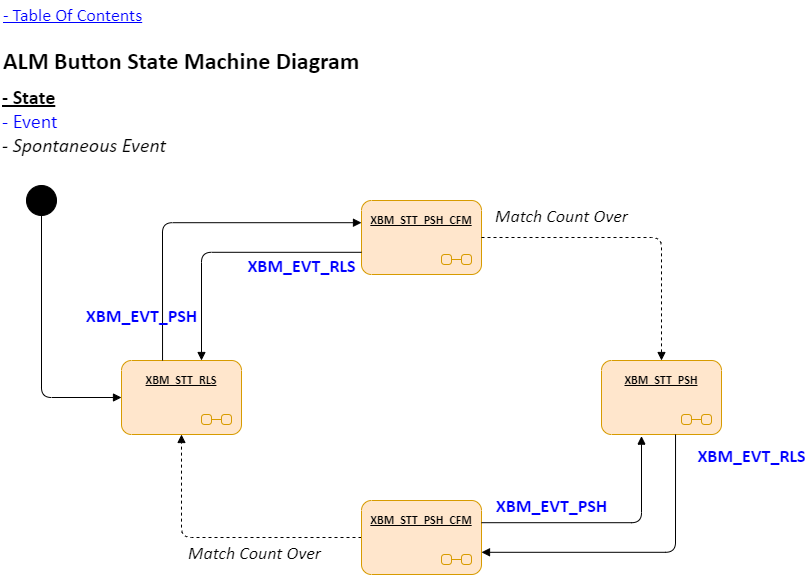
Above: Resources/Part2/Part2_ALM_StateMachineDiagram_XBM.drawio.png in gtuja/CSC_MS (draw.io), before the change. Source tidied: cells renumbered, new cells last; positions are measured from the earlier drawing's top-left corner, leaving out a move shared by most shapes. Source of this version:
```xml
<mxGraphModel>
  <root>
    <mxCell id="0" />
    <mxCell id="1" parent="0" />
    <mxCell id="2" value="&lt;span style=&quot;font-size: 18px;&quot;&gt;Match Count Over&lt;/span&gt;" style="html=1;verticalAlign=bottom;labelBackgroundColor=none;endArrow=block;endFill=1;dashed=1;exitX=0;exitY=0.5;exitDx=0;exitDy=0;edgeStyle=elbowEdgeStyle;fontStyle=2;fontFamily=Calibri;fontSize=20;entryX=0.5;entryY=1;entryDx=0;entryDy=0;" parent="1" edge="1" source="7" target="8">
      <mxGeometry x="-0.24" y="30" relative="1" as="geometry">
        <Array as="points">
          <mxPoint x="181" y="480" />
        </Array>
      </mxGeometry>
    </mxCell>
    <mxCell id="3" value="&lt;div style=&quot;font-size: 20px;&quot;&gt;&lt;b style=&quot;font-size: 20px;&quot;&gt;&lt;u style=&quot;font-size: 20px;&quot;&gt;- State&lt;/u&gt;&lt;/b&gt;&lt;/div&gt;&lt;font color=&quot;#0000ff&quot; style=&quot;font-size: 20px;&quot;&gt;- Event&lt;/font&gt;&lt;div style=&quot;font-size: 20px;&quot;&gt;&lt;i style=&quot;font-size: 20px;&quot;&gt;- Spontaneous Event&lt;/i&gt;&lt;/div&gt;" style="text;html=1;align=left;verticalAlign=middle;whiteSpace=wrap;rounded=0;fontFamily=Calibri;fontSize=20;" parent="1" vertex="1">
      <mxGeometry y="80" width="221" height="80" as="geometry" />
    </mxCell>
    <mxCell id="4" value="&lt;h1 style=&quot;margin-top: 0px;&quot;&gt;ALM Button State Machine Diagram&lt;/h1&gt;" style="text;html=1;whiteSpace=wrap;overflow=hidden;rounded=0;fontFamily=Calibri;" parent="1" vertex="1">
      <mxGeometry x="1" y="40" width="420" height="50" as="geometry" />
    </mxCell>
    <mxCell id="5" value="- Table Of Contents" style="text;html=1;align=left;verticalAlign=middle;whiteSpace=wrap;rounded=0;fontStyle=4;fontFamily=Calibri;fontSize=18;fontColor=#0000FF;" parent="1" vertex="1">
      <mxGeometry x="1" width="240" height="30" as="geometry" />
    </mxCell>
    <mxCell id="6" value="&lt;span style=&quot;font-size: 12px; text-align: left; text-wrap: nowrap;&quot;&gt;XBM_STT_PSH_CFM&lt;/span&gt;" style="shape=umlState;rounded=1;verticalAlign=top;spacingTop=5;umlStateSymbol=collapseState;absoluteArcSize=1;arcSize=10;html=1;whiteSpace=wrap;fontFamily=Calibri;fontSize=13;fontStyle=5;fillColor=#ffe6cc;strokeColor=#d79b00;" parent="1" vertex="1">
      <mxGeometry x="361" y="200" width="120" height="74" as="geometry" />
    </mxCell>
    <mxCell id="7" value="&lt;span style=&quot;font-size: 12px; text-align: left; text-wrap: nowrap;&quot;&gt;XBM_STT_PSH_CFM&lt;/span&gt;" style="shape=umlState;rounded=1;verticalAlign=top;spacingTop=5;umlStateSymbol=collapseState;absoluteArcSize=1;arcSize=10;html=1;whiteSpace=wrap;fontFamily=Calibri;fontSize=13;fontStyle=5;fillColor=#ffe6cc;strokeColor=#d79b00;" parent="1" vertex="1">
      <mxGeometry x="361" y="500" width="120" height="74" as="geometry" />
    </mxCell>
    <mxCell id="8" value="&lt;span style=&quot;font-size: 12px; text-align: left; text-wrap: nowrap;&quot;&gt;XBM_STT_RLS&lt;/span&gt;" style="shape=umlState;rounded=1;verticalAlign=top;spacingTop=5;umlStateSymbol=collapseState;absoluteArcSize=1;arcSize=10;html=1;whiteSpace=wrap;fontFamily=Calibri;fontSize=13;fontStyle=5;fillColor=#ffe6cc;strokeColor=#d79b00;" parent="1" vertex="1">
      <mxGeometry x="121" y="360" width="120" height="74" as="geometry" />
    </mxCell>
    <mxCell id="9" value="&lt;span style=&quot;font-size: 12px; text-align: left; text-wrap: nowrap;&quot;&gt;XBM_STT_PSH&lt;/span&gt;" style="shape=umlState;rounded=1;verticalAlign=top;spacingTop=5;umlStateSymbol=collapseState;absoluteArcSize=1;arcSize=10;html=1;whiteSpace=wrap;fontFamily=Calibri;fontSize=13;fontStyle=5;fillColor=#ffe6cc;strokeColor=#d79b00;" parent="1" vertex="1">
      <mxGeometry x="601" y="360" width="120" height="74" as="geometry" />
    </mxCell>
    <mxCell id="10" value="&lt;span style=&quot;text-align: left;&quot;&gt;&lt;font style=&quot;font-size: 18px;&quot;&gt;&lt;b&gt;XBM_EVT_RLS&lt;/b&gt;&lt;/font&gt;&lt;/span&gt;" style="html=1;verticalAlign=bottom;labelBackgroundColor=none;endArrow=block;endFill=1;exitX=0;exitY=0.7;exitDx=0;exitDy=0;entryX=0.667;entryY=0;entryDx=0;entryDy=0;edgeStyle=elbowEdgeStyle;fontColor=#0000FF;fontFamily=Calibri;fontSize=20;entryPerimeter=0;" parent="1" edge="1" source="6" target="8">
      <mxGeometry x="-0.55" y="28" relative="1" as="geometry">
        <Array as="points">
          <mxPoint x="201" y="310" />
        </Array>
      </mxGeometry>
    </mxCell>
    <mxCell id="11" value="&lt;span style=&quot;text-align: left;&quot;&gt;&lt;font style=&quot;font-size: 18px;&quot;&gt;&lt;b&gt;XBM_EVT_PSH&lt;/b&gt;&lt;/font&gt;&lt;/span&gt;" style="html=1;verticalAlign=bottom;labelBackgroundColor=none;endArrow=block;endFill=1;entryX=0;entryY=0.3;entryDx=0;entryDy=0;edgeStyle=elbowEdgeStyle;fontColor=#0000FF;fontFamily=Calibri;fontSize=20;exitX=0.342;exitY=0;exitDx=0;exitDy=0;exitPerimeter=0;" parent="1" edge="1" source="8" target="6">
      <mxGeometry x="-0.82" y="21" relative="1" as="geometry">
        <Array as="points">
          <mxPoint x="162" y="290" />
        </Array>
      </mxGeometry>
    </mxCell>
    <mxCell id="12" value="&lt;span style=&quot;font-size: 18px;&quot;&gt;Match Count Over&lt;/span&gt;" style="html=1;verticalAlign=bottom;labelBackgroundColor=none;endArrow=block;endFill=1;dashed=1;exitX=1;exitY=0.5;exitDx=0;exitDy=0;edgeStyle=elbowEdgeStyle;fontStyle=2;fontFamily=Calibri;fontSize=20;entryX=0.5;entryY=0;entryDx=0;entryDy=0;" parent="1" edge="1" source="6" target="9">
      <mxGeometry x="-0.47" y="7" relative="1" as="geometry">
        <Array as="points">
          <mxPoint x="661" y="300" />
        </Array>
      </mxGeometry>
    </mxCell>
    <mxCell id="13" value="&lt;span style=&quot;text-align: left;&quot;&gt;&lt;font style=&quot;font-size: 18px;&quot;&gt;&lt;b&gt;XBM_EVT_PSH&lt;/b&gt;&lt;/font&gt;&lt;/span&gt;" style="html=1;verticalAlign=bottom;labelBackgroundColor=none;endArrow=block;endFill=1;entryX=0.328;entryY=1.022;entryDx=0;entryDy=0;edgeStyle=elbowEdgeStyle;fontColor=#0000FF;fontFamily=Calibri;fontSize=20;exitX=1;exitY=0.3;exitDx=0;exitDy=0;entryPerimeter=0;" parent="1" edge="1" source="7" target="9">
      <mxGeometry x="-0.43" y="2" relative="1" as="geometry">
        <Array as="points">
          <mxPoint x="641" y="480" />
        </Array>
      </mxGeometry>
    </mxCell>
    <mxCell id="14" value="&lt;span style=&quot;text-align: left;&quot;&gt;&lt;font style=&quot;font-size: 18px;&quot;&gt;&lt;b&gt;XBM_EVT_RLS&lt;/b&gt;&lt;/font&gt;&lt;/span&gt;" style="html=1;verticalAlign=bottom;labelBackgroundColor=none;endArrow=block;endFill=1;exitX=0.617;exitY=1;exitDx=0;exitDy=0;entryX=1;entryY=0.7;entryDx=0;entryDy=0;edgeStyle=elbowEdgeStyle;fontColor=#0000FF;fontFamily=Calibri;fontSize=20;exitPerimeter=0;" parent="1" edge="1" source="9" target="7">
      <mxGeometry x="-0.77" y="76" relative="1" as="geometry">
        <Array as="points">
          <mxPoint x="675" y="500" />
        </Array>
      </mxGeometry>
    </mxCell>
    <mxCell id="15" style="ellipse;fillColor=strokeColor;html=1;" parent="1" vertex="1">
      <mxGeometry x="26" y="185" width="30" height="30" as="geometry" />
    </mxCell>
    <mxCell id="16" style="html=1;verticalAlign=bottom;labelBackgroundColor=none;endArrow=block;endFill=1;entryX=0;entryY=0.5;entryDx=0;entryDy=0;edgeStyle=elbowEdgeStyle;fontColor=#0000FF;fontFamily=Calibri;fontSize=20;exitX=0.5;exitY=1;exitDx=0;exitDy=0;" parent="1" edge="1" source="15" target="8">
      <mxGeometry x="-0.88" y="61" relative="1" as="geometry">
        <Array as="points">
          <mxPoint x="41" y="380" />
        </Array>
      </mxGeometry>
    </mxCell>
  </root>
</mxGraphModel>
```
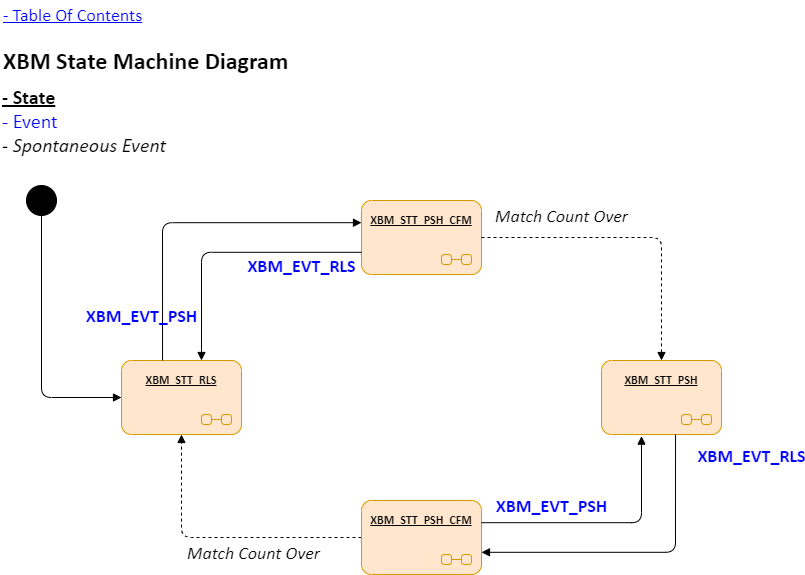
Later version of the same file.

Change to the diagram source:
```diff
@@ -12,7 +12,7 @@
     <mxCell id="3" value="&lt;div style=&quot;font-size: 20px;&quot;&gt;&lt;b style=&quot;font-size: 20px;&quot;&gt;&lt;u style=&quot;font-size: 20px;&quot;&gt;- State&lt;/u&gt;&lt;/b&gt;&lt;/div&gt;&lt;font color=&quot;#0000ff&quot; style=&quot;font-size: 20px;&quot;&gt;- Event&lt;/font&gt;&lt;div style=&quot;font-size: 20px;&quot;&gt;&lt;i style=&quot;font-size: 20px;&quot;&gt;- Spontaneous Event&lt;/i&gt;&lt;/div&gt;" style="text;html=1;align=left;verticalAlign=middle;whiteSpace=wrap;rounded=0;fontFamily=Calibri;fontSize=20;" parent="1" vertex="1">
       <mxGeometry y="80" width="221" height="80" as="geometry" />
     </mxCell>
-    <mxCell id="4" value="&lt;h1 style=&quot;margin-top: 0px;&quot;&gt;ALM Button State Machine Diagram&lt;/h1&gt;" style="text;html=1;whiteSpace=wrap;overflow=hidden;rounded=0;fontFamily=Calibri;" parent="1" vertex="1">
+    <mxCell id="4" value="&lt;h1 style=&quot;margin-top: 0px;&quot;&gt;XBM State Machine Diagram&lt;/h1&gt;" style="text;html=1;whiteSpace=wrap;overflow=hidden;rounded=0;fontFamily=Calibri;" parent="1" vertex="1">
       <mxGeometry x="1" y="40" width="420" height="50" as="geometry" />
     </mxCell>
     <mxCell id="5" value="- Table Of Contents" style="text;html=1;align=left;verticalAlign=middle;whiteSpace=wrap;rounded=0;fontStyle=4;fontFamily=Calibri;fontSize=18;fontColor=#0000FF;" parent="1" vertex="1">
```
